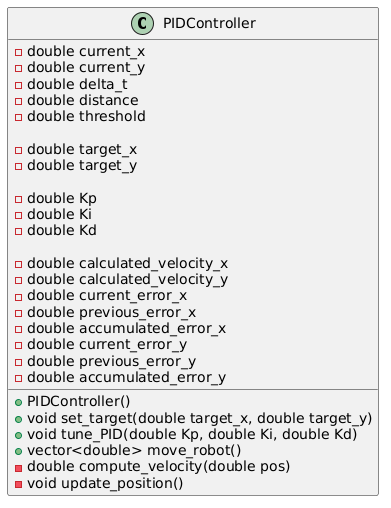
The PlantUML diagram class_uml_diag.png in koustubh1012/tdd_pid_controller, before a commit.
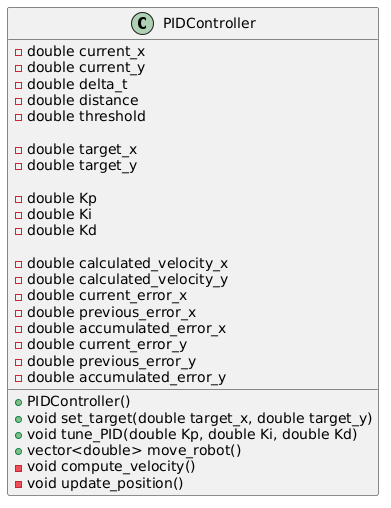
Above is the later version.

The edit, as a diff of the source:
```diff
@@ -26,7 +26,7 @@
  +void set_target(double target_x, double target_y)
  +void tune_PID(double Kp, double Ki, double Kd)
  +vector<double> move_robot()
- -double compute_velocity(double pos)
+ -void compute_velocity()
  -void update_position()
 }
 @enduml
```
